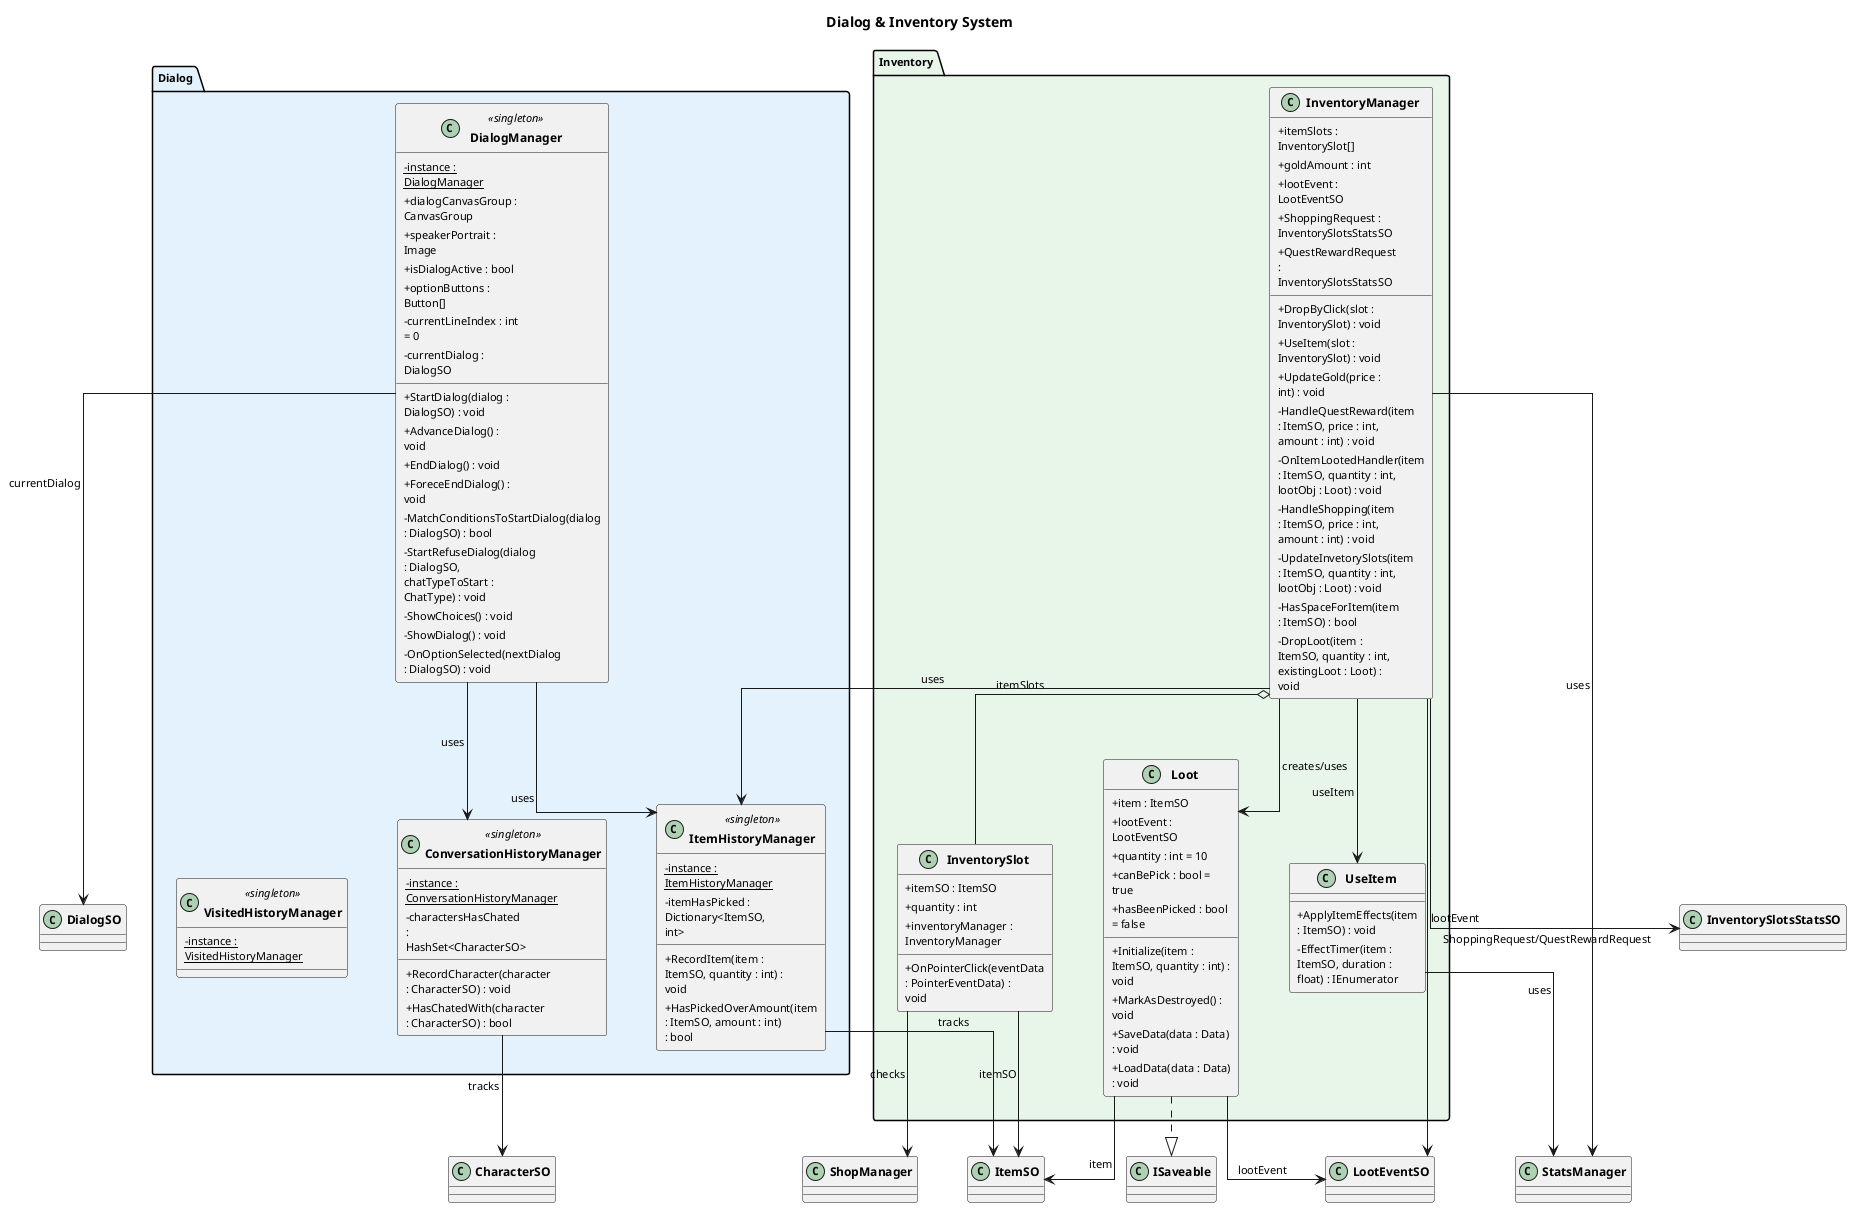
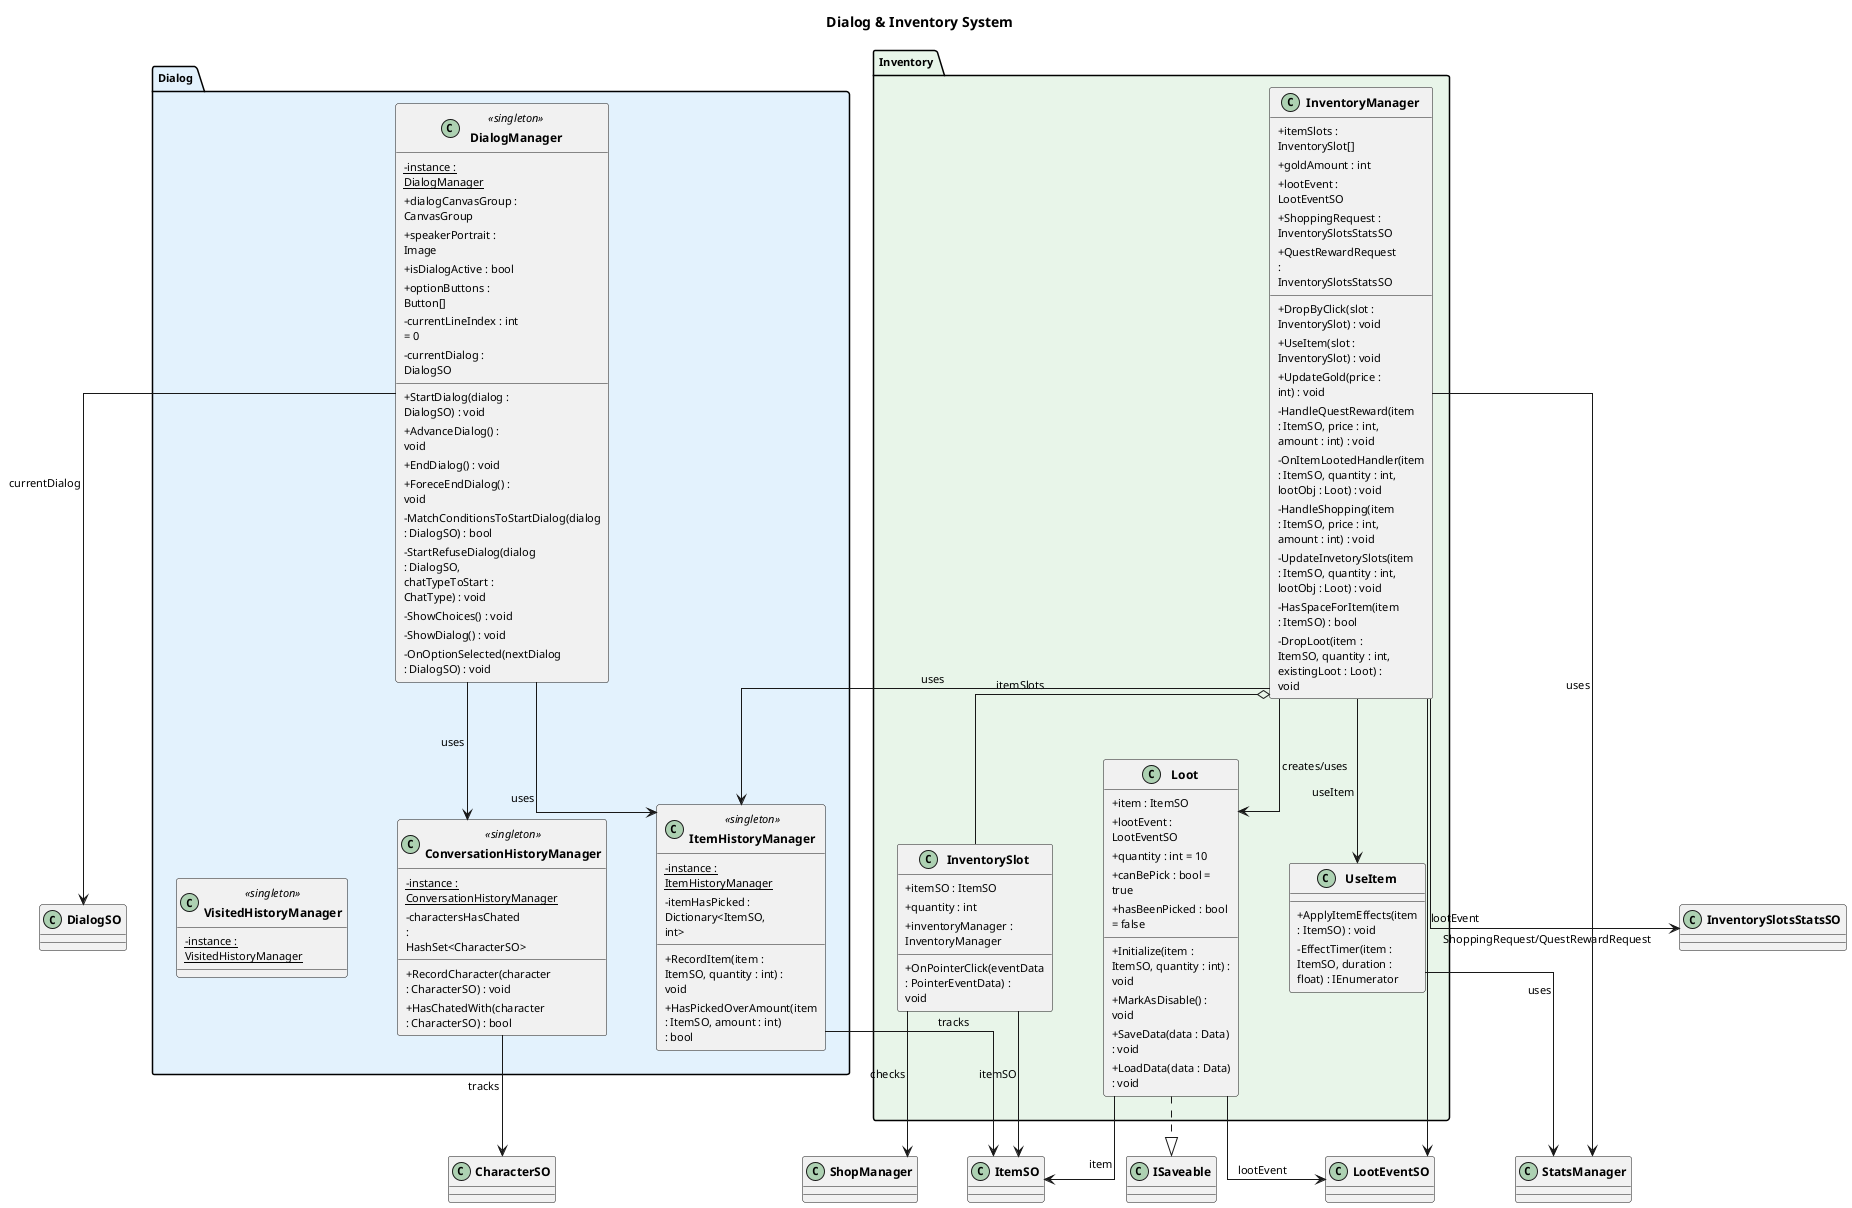
@startuml Dialog_Inventory_System

skinparam linetype ortho
skinparam nodesep 50
skinparam ranksep 60
skinparam classAttributeIconSize 0
skinparam defaultFontSize 11
skinparam classFontSize 12
skinparam classFontStyle bold
skinparam padding 2
skinparam wrapWidth 120

title Dialog & Inventory System

package "Dialog" #E3F2FD {
    class DialogManager <<singleton>> {
        - {static} instance : DialogManager
        + dialogCanvasGroup : CanvasGroup
        + speakerPortrait : Image
        + isDialogActive : bool
        + optionButtons : Button[]
        - currentLineIndex : int = 0
        - currentDialog : DialogSO
        + StartDialog(dialog : DialogSO) : void
        + AdvanceDialog() : void
        + EndDialog() : void
        + ForeceEndDialog() : void
        - MatchConditionsToStartDialog(dialog : DialogSO) : bool
        - StartRefuseDialog(dialog : DialogSO, chatTypeToStart : ChatType) : void
        - ShowChoices() : void
        - ShowDialog() : void
        - OnOptionSelected(nextDialog : DialogSO) : void
    }

    together {
        class ConversationHistoryManager <<singleton>> {
            - {static} instance : ConversationHistoryManager
            - charactersHasChated : HashSet<CharacterSO>
            + RecordCharacter(character : CharacterSO) : void
            + HasChatedWith(character : CharacterSO) : bool
        }

        class ItemHistoryManager <<singleton>> {
            - {static} instance : ItemHistoryManager
            - itemHasPicked : Dictionary<ItemSO, int>
            + RecordItem(item : ItemSO, quantity : int) : void
            + HasPickedOverAmount(item : ItemSO, amount : int) : bool
        }

        class VisitedHistoryManager <<singleton>> {
            - {static} instance : VisitedHistoryManager
        }
    }
}

package "Inventory" #E8F5E9 {
    class InventoryManager {
        + itemSlots : InventorySlot[]
        + goldAmount : int
        + lootEvent : LootEventSO
        + ShoppingRequest : InventorySlotsStatsSO
        + QuestRewardRequest : InventorySlotsStatsSO
        + DropByClick(slot : InventorySlot) : void
        + UseItem(slot : InventorySlot) : void
        + UpdateGold(price : int) : void
        - HandleQuestReward(item : ItemSO, price : int, amount : int) : void
        - OnItemLootedHandler(item : ItemSO, quantity : int, lootObj : Loot) : void
        - HandleShopping(item : ItemSO, price : int, amount : int) : void
        - UpdateInvetorySlots(item : ItemSO, quantity : int, lootObj : Loot) : void
        - HasSpaceForItem(item : ItemSO) : bool
        - DropLoot(item : ItemSO, quantity : int, existingLoot : Loot) : void
    }

    together {
        class Loot {
            + item : ItemSO
            + lootEvent : LootEventSO
            + quantity : int = 10
            + canBePick : bool = true
            + hasBeenPicked : bool = false
            + Initialize(item : ItemSO, quantity : int) : void
-             + MarkAsDestroyed() : void
+             + MarkAsDisable() : void
            + SaveData(data : Data) : void
            + LoadData(data : Data) : void
        }

        class InventorySlot {
            + itemSO : ItemSO
            + quantity : int
            + inventoryManager : InventoryManager
            + OnPointerClick(eventData : PointerEventData) : void
        }

        class UseItem {
            + ApplyItemEffects(item : ItemSO) : void
            - EffectTimer(item : ItemSO, duration : float) : IEnumerator
        }
    }
}

Loot ..|> ISaveable
Loot --> ItemSO : item
Loot --> LootEventSO : lootEvent
InventoryManager o-- InventorySlot : itemSlots
InventoryManager --> UseItem : useItem
InventoryManager --> Loot : creates/uses
InventoryManager --> LootEventSO : lootEvent
InventoryManager --> InventorySlotsStatsSO : ShoppingRequest/QuestRewardRequest
InventoryManager --> ItemHistoryManager : uses
InventoryManager --> StatsManager : uses
InventorySlot --> ItemSO : itemSO
InventorySlot --> ShopManager : checks
UseItem --> StatsManager : uses
DialogManager --> DialogSO : currentDialog
DialogManager --> ConversationHistoryManager : uses
DialogManager --> ItemHistoryManager : uses
ConversationHistoryManager --> CharacterSO : tracks
ItemHistoryManager --> ItemSO : tracks

@enduml
